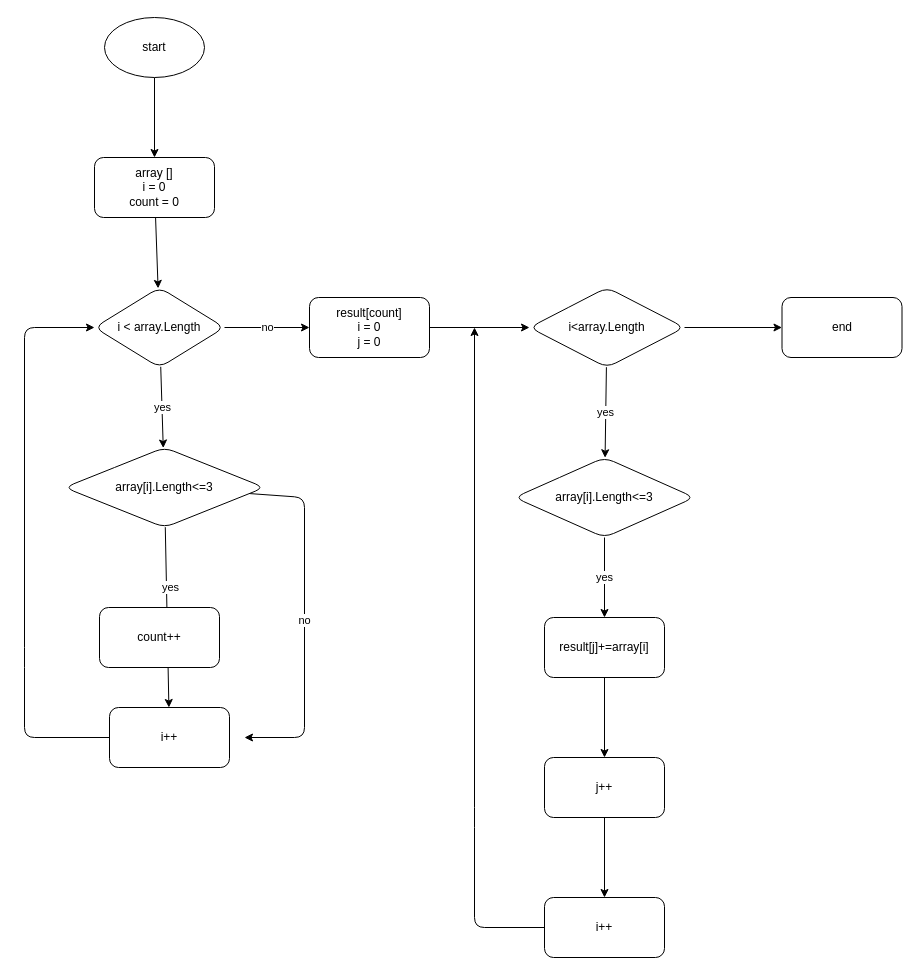
Earlier version of the draw.io diagram Homework_21.03/diagram.drawio (TessaBogdanovich/Homework). Source tidied: cells renumbered, new cells numbered last; positions are measured from the earlier drawing's top-left corner, leaving out a move shared by most shapes. Both pictures are drawn from the tidied source at 100%, with x=0, y=0 at pixel (24, 17).
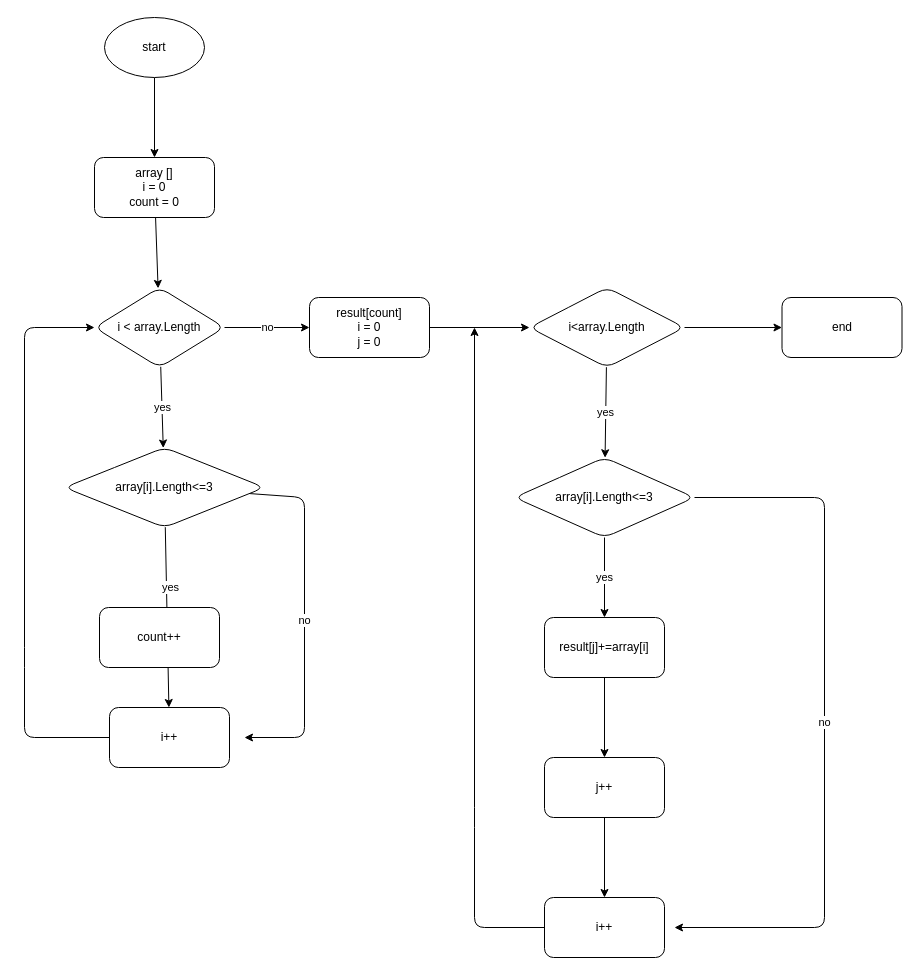
Above is the later version.

Unchanged cells that the change refers to:
```xml
<mxCell id="21" value="array[i].Length&amp;lt;=3" style="rhombus;whiteSpace=wrap;html=1;rounded=1;" parent="1" vertex="1">
  <mxGeometry x="490" y="440" width="180" height="80" as="geometry" />
</mxCell>
```

The edit, as a diff of the source:
```diff
@@
+    <mxCell id="29" value="no" style="edgeStyle=none;html=1;exitX=1;exitY=0.5;exitDx=0;exitDy=0;" parent="1" edge="1" source="21">
+      <mxGeometry relative="1" as="geometry">
+        <mxPoint x="650" y="910" as="targetPoint" />
+        <Array as="points">
+          <mxPoint x="800" y="480" />
+          <mxPoint x="800" y="910" />
+        </Array>
+      </mxGeometry>
+    </mxCell>
```
